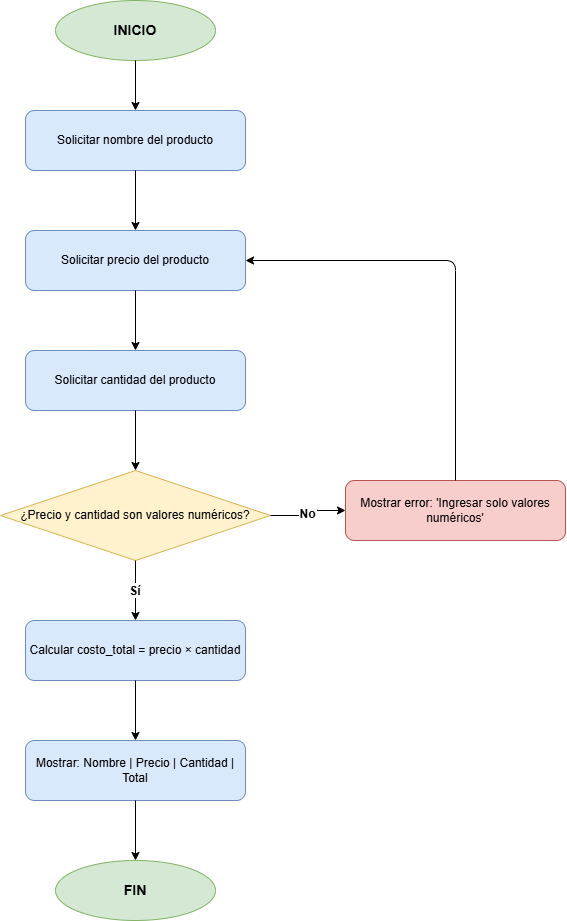
The draw.io diagram docs/diagramagestioninventario.png in EdgarCorzo777/Inventory-Management, before a commit. Source tidied: cells renumbered, new cells last; positions are measured from the earlier drawing's top-left corner, leaving out a move shared by most shapes.
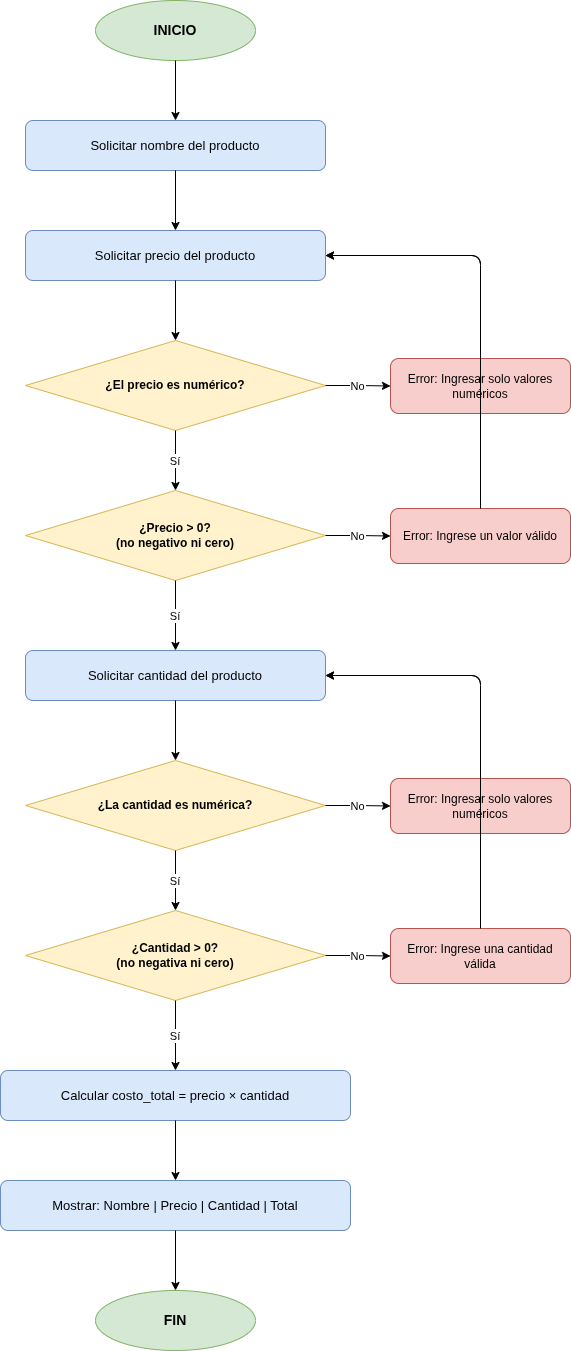
The same file after the commit.

The edit, as a diff of the source:
```diff
@@ -3,60 +3,117 @@
     <mxCell id="0" />
     <mxCell id="1" parent="0" />
     <mxCell id="2" value="INICIO" style="ellipse;whiteSpace=wrap;html=1;fillColor=#d5e8d4;strokeColor=#82b366;fontStyle=1;fontSize=14;" parent="1" vertex="1">
-      <mxGeometry x="55" width="160" height="60" as="geometry" />
+      <mxGeometry x="80" width="160" height="60" as="geometry" />
     </mxCell>
-    <mxCell id="3" value="Solicitar nombre del producto" style="rounded=1;whiteSpace=wrap;html=1;fillColor=#dae8fc;strokeColor=#6c8ebf;fontSize=12;" parent="1" vertex="1">
-      <mxGeometry x="25" y="110" width="220" height="60" as="geometry" />
+    <mxCell id="3" value="Solicitar nombre del producto" style="rounded=1;whiteSpace=wrap;html=1;fillColor=#dae8fc;strokeColor=#6c8ebf;fontSize=13;" parent="1" vertex="1">
+      <mxGeometry x="10" y="120" width="300" height="50" as="geometry" />
     </mxCell>
+    <mxCell id="11" style="edgeStyle=orthogonalEdgeStyle;" parent="1" edge="1" source="2" target="3">
+      <mxGeometry relative="1" as="geometry" />
+    </mxCell>
-    <mxCell id="4" value="Solicitar precio del producto" style="rounded=1;whiteSpace=wrap;html=1;fillColor=#dae8fc;strokeColor=#6c8ebf;fontSize=12;" parent="1" vertex="1">
-      <mxGeometry x="25" y="230" width="220" height="60" as="geometry" />
+    <mxCell id="4" value="Solicitar precio del producto" style="rounded=1;whiteSpace=wrap;html=1;fillColor=#dae8fc;strokeColor=#6c8ebf;fontSize=13;" parent="1" vertex="1">
+      <mxGeometry x="10" y="230" width="300" height="50" as="geometry" />
     </mxCell>
+    <mxCell id="12" style="edgeStyle=orthogonalEdgeStyle;" parent="1" edge="1" source="3" target="4">
+      <mxGeometry relative="1" as="geometry" />
+    </mxCell>
+    <mxCell id="20" value="¿El precio es numérico?" style="rhombus;whiteSpace=wrap;html=1;fillColor=#fff2cc;strokeColor=#d6b656;fontSize=12;fontStyle=1;" parent="1" vertex="1">
+      <mxGeometry x="10" y="340" width="300" height="90" as="geometry" />
+    </mxCell>
+    <mxCell id="21" style="edgeStyle=orthogonalEdgeStyle;" parent="1" edge="1" source="4" target="20">
+      <mxGeometry relative="1" as="geometry" />
+    </mxCell>
+    <mxCell id="22" value="Error: Ingresar solo valores numéricos" style="rounded=1;whiteSpace=wrap;html=1;fillColor=#f8cecc;strokeColor=#b85450;fontSize=12;" parent="1" vertex="1">
+      <mxGeometry x="375" y="358" width="180" height="55" as="geometry" />
+    </mxCell>
+    <mxCell id="23" value="No" style="edgeStyle=orthogonalEdgeStyle;exitX=1;exitY=0.5;exitDx=0;exitDy=0;" parent="1" edge="1" source="20" target="22">
+      <mxGeometry relative="1" as="geometry" />
+    </mxCell>
+    <mxCell id="24" style="edgeStyle=orthogonalEdgeStyle;exitX=0.5;exitY=0;exitDx=0;exitDy=0;entryX=1;entryY=0.5;entryDx=0;entryDy=0;" parent="1" edge="1" source="22" target="4">
+      <mxGeometry relative="1" as="geometry">
+        <Array as="points">
+          <mxPoint x="465" y="255" />
+        </Array>
+      </mxGeometry>
+    </mxCell>
+    <mxCell id="25" value="¿Precio &gt; 0?&#10;(no negativo ni cero)" style="rhombus;whiteSpace=wrap;html=1;fillColor=#fff2cc;strokeColor=#d6b656;fontSize=12;fontStyle=1;" parent="1" vertex="1">
+      <mxGeometry x="10" y="490" width="300" height="90" as="geometry" />
+    </mxCell>
+    <mxCell id="26" value="Sí" style="edgeStyle=orthogonalEdgeStyle;exitX=0.5;exitY=1;exitDx=0;exitDy=0;" parent="1" edge="1" source="20" target="25">
+      <mxGeometry relative="1" as="geometry" />
+    </mxCell>
+    <mxCell id="27" value="Error: Ingrese un valor válido" style="rounded=1;whiteSpace=wrap;html=1;fillColor=#f8cecc;strokeColor=#b85450;fontSize=12;" parent="1" vertex="1">
+      <mxGeometry x="375" y="508" width="180" height="55" as="geometry" />
+    </mxCell>
+    <mxCell id="28" value="No" style="edgeStyle=orthogonalEdgeStyle;exitX=1;exitY=0.5;exitDx=0;exitDy=0;" parent="1" edge="1" source="25" target="27">
+      <mxGeometry relative="1" as="geometry" />
+    </mxCell>
+    <mxCell id="29" style="edgeStyle=orthogonalEdgeStyle;exitX=0.5;exitY=0;exitDx=0;exitDy=0;entryX=1;entryY=0.5;entryDx=0;entryDy=0;" parent="1" edge="1" source="27" target="4">
+      <mxGeometry relative="1" as="geometry">
+        <Array as="points">
+          <mxPoint x="465" y="255" />
+        </Array>
+      </mxGeometry>
+    </mxCell>
-    <mxCell id="5" value="Solicitar cantidad del producto" style="rounded=1;whiteSpace=wrap;html=1;fillColor=#dae8fc;strokeColor=#6c8ebf;fontSize=12;" parent="1" vertex="1">
-      <mxGeometry x="25" y="350" width="220" height="60" as="geometry" />
+    <mxCell id="5" value="Solicitar cantidad del producto" style="rounded=1;whiteSpace=wrap;html=1;fillColor=#dae8fc;strokeColor=#6c8ebf;fontSize=13;" parent="1" vertex="1">
+      <mxGeometry x="10" y="650" width="300" height="50" as="geometry" />
     </mxCell>
-    <mxCell id="6" value="¿Precio y cantidad son valores numéricos?" style="rhombus;whiteSpace=wrap;html=1;fillColor=#fff2cc;strokeColor=#d6b656;fontSize=12;" parent="1" vertex="1">
-      <mxGeometry y="470" width="270" height="90" as="geometry" />
-    </mxCell>
-    <mxCell id="7" value="Mostrar error: 'Ingresar solo valores numéricos'" style="rounded=1;whiteSpace=wrap;html=1;fillColor=#f8cecc;strokeColor=#b85450;fontSize=12;" parent="1" vertex="1">
-      <mxGeometry x="345" y="480" width="220" height="60" as="geometry" />
-    </mxCell>
+    <mxCell id="30" value="Sí" style="edgeStyle=orthogonalEdgeStyle;exitX=0.5;exitY=1;exitDx=0;exitDy=0;" parent="1" edge="1" source="25" target="5">
+      <mxGeometry relative="1" as="geometry" />
+    </mxCell>
+    <mxCell id="31" value="¿La cantidad es numérica?" style="rhombus;whiteSpace=wrap;html=1;fillColor=#fff2cc;strokeColor=#d6b656;fontSize=12;fontStyle=1;" parent="1" vertex="1">
+      <mxGeometry x="10" y="760" width="300" height="90" as="geometry" />
+    </mxCell>
+    <mxCell id="32" style="edgeStyle=orthogonalEdgeStyle;" parent="1" edge="1" source="5" target="31">
+      <mxGeometry relative="1" as="geometry" />
+    </mxCell>
+    <mxCell id="33" value="Error: Ingresar solo valores numéricos" style="rounded=1;whiteSpace=wrap;html=1;fillColor=#f8cecc;strokeColor=#b85450;fontSize=12;" parent="1" vertex="1">
+      <mxGeometry x="375" y="778" width="180" height="55" as="geometry" />
+    </mxCell>
+    <mxCell id="34" value="No" style="edgeStyle=orthogonalEdgeStyle;exitX=1;exitY=0.5;exitDx=0;exitDy=0;" parent="1" edge="1" source="31" target="33">
+      <mxGeometry relative="1" as="geometry" />
+    </mxCell>
+    <mxCell id="35" style="edgeStyle=orthogonalEdgeStyle;exitX=0.5;exitY=0;exitDx=0;exitDy=0;entryX=1;entryY=0.5;entryDx=0;entryDy=0;" parent="1" edge="1" source="33" target="5">
+      <mxGeometry relative="1" as="geometry">
+        <Array as="points">
+          <mxPoint x="465" y="675" />
+        </Array>
+      </mxGeometry>
+    </mxCell>
+    <mxCell id="36" value="¿Cantidad &gt; 0?&#10;(no negativa ni cero)" style="rhombus;whiteSpace=wrap;html=1;fillColor=#fff2cc;strokeColor=#d6b656;fontSize=12;fontStyle=1;" parent="1" vertex="1">
+      <mxGeometry x="10" y="910" width="300" height="90" as="geometry" />
+    </mxCell>
+    <mxCell id="37" value="Sí" style="edgeStyle=orthogonalEdgeStyle;exitX=0.5;exitY=1;exitDx=0;exitDy=0;" parent="1" edge="1" source="31" target="36">
+      <mxGeometry relative="1" as="geometry" />
+    </mxCell>
+    <mxCell id="38" value="Error: Ingrese una cantidad válida" style="rounded=1;whiteSpace=wrap;html=1;fillColor=#f8cecc;strokeColor=#b85450;fontSize=12;" parent="1" vertex="1">
+      <mxGeometry x="375" y="928" width="180" height="55" as="geometry" />
+    </mxCell>
+    <mxCell id="39" value="No" style="edgeStyle=orthogonalEdgeStyle;exitX=1;exitY=0.5;exitDx=0;exitDy=0;" parent="1" edge="1" source="36" target="38">
+      <mxGeometry relative="1" as="geometry" />
+    </mxCell>
+    <mxCell id="40" style="edgeStyle=orthogonalEdgeStyle;exitX=0.5;exitY=0;exitDx=0;exitDy=0;entryX=1;entryY=0.5;entryDx=0;entryDy=0;" parent="1" edge="1" source="38" target="5">
+      <mxGeometry relative="1" as="geometry">
+        <Array as="points">
+          <mxPoint x="465" y="675" />
+        </Array>
+      </mxGeometry>
+    </mxCell>
-    <mxCell id="8" value="Calcular costo_total = precio × cantidad" style="rounded=1;whiteSpace=wrap;html=1;fillColor=#dae8fc;strokeColor=#6c8ebf;fontSize=12;" parent="1" vertex="1">
-      <mxGeometry x="25" y="620" width="220" height="60" as="geometry" />
+    <mxCell id="8" value="Calcular costo_total = precio × cantidad" style="rounded=1;whiteSpace=wrap;html=1;fillColor=#dae8fc;strokeColor=#6c8ebf;fontSize=13;" parent="1" vertex="1">
+      <mxGeometry x="-15" y="1070" width="350" height="50" as="geometry" />
     </mxCell>
+    <mxCell id="41" value="Sí" style="edgeStyle=orthogonalEdgeStyle;exitX=0.5;exitY=1;exitDx=0;exitDy=0;" parent="1" edge="1" source="36" target="8">
+      <mxGeometry relative="1" as="geometry" />
+    </mxCell>
-    <mxCell id="9" value="Mostrar: Nombre | Precio | Cantidad | Total" style="rounded=1;whiteSpace=wrap;html=1;fillColor=#dae8fc;strokeColor=#6c8ebf;fontSize=12;" parent="1" vertex="1">
-      <mxGeometry x="25" y="740" width="220" height="60" as="geometry" />
+    <mxCell id="9" value="Mostrar: Nombre | Precio | Cantidad | Total" style="rounded=1;whiteSpace=wrap;html=1;fillColor=#dae8fc;strokeColor=#6c8ebf;fontSize=13;" parent="1" vertex="1">
+      <mxGeometry x="-15" y="1180" width="350" height="50" as="geometry" />
     </mxCell>
+    <mxCell id="18" style="edgeStyle=orthogonalEdgeStyle;" parent="1" edge="1" source="8" target="9">
+      <mxGeometry relative="1" as="geometry" />
+    </mxCell>
     <mxCell id="10" value="FIN" style="ellipse;whiteSpace=wrap;html=1;fillColor=#d5e8d4;strokeColor=#82b366;fontStyle=1;fontSize=14;" parent="1" vertex="1">
-      <mxGeometry x="55" y="860" width="160" height="60" as="geometry" />
+      <mxGeometry x="80" y="1290" width="160" height="60" as="geometry" />
     </mxCell>
-    <mxCell id="11" style="edgeStyle=orthogonalEdgeStyle;" parent="1" edge="1" source="2" target="3">
-      <mxGeometry relative="1" as="geometry" />
-    </mxCell>
-    <mxCell id="12" style="edgeStyle=orthogonalEdgeStyle;" parent="1" edge="1" source="3" target="4">
-      <mxGeometry relative="1" as="geometry" />
-    </mxCell>
-    <mxCell id="13" style="edgeStyle=orthogonalEdgeStyle;" parent="1" edge="1" source="4" target="5">
-      <mxGeometry relative="1" as="geometry" />
-    </mxCell>
-    <mxCell id="14" style="edgeStyle=orthogonalEdgeStyle;" parent="1" edge="1" source="5" target="6">
-      <mxGeometry relative="1" as="geometry" />
-    </mxCell>
-    <mxCell id="15" value="No" style="edgeStyle=orthogonalEdgeStyle;fontStyle=1;fontSize=12;" parent="1" edge="1" source="6" target="7">
-      <mxGeometry relative="1" as="geometry" />
-    </mxCell>
-    <mxCell id="16" style="edgeStyle=orthogonalEdgeStyle;" parent="1" edge="1" source="7" target="4">
-      <mxGeometry relative="1" as="geometry">
-        <Array as="points">
-          <mxPoint x="455" y="260" />
-        </Array>
-      </mxGeometry>
-    </mxCell>
-    <mxCell id="17" value="Sí" style="edgeStyle=orthogonalEdgeStyle;fontStyle=1;fontSize=12;" parent="1" edge="1" source="6" target="8">
-      <mxGeometry relative="1" as="geometry" />
-    </mxCell>
-    <mxCell id="18" style="edgeStyle=orthogonalEdgeStyle;" parent="1" edge="1" source="8" target="9">
-      <mxGeometry relative="1" as="geometry" />
-    </mxCell>
     <mxCell id="19" style="edgeStyle=orthogonalEdgeStyle;" parent="1" edge="1" source="9" target="10">
       <mxGeometry relative="1" as="geometry" />
     </mxCell>
```
